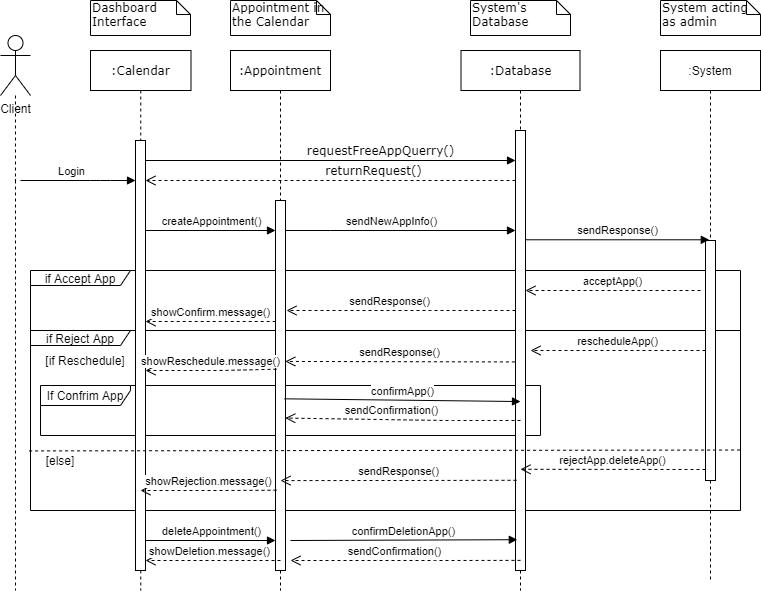
Before: Diagrams/Sequence Diagrams/SEQ_04-5-6-7-8-9_Create Approve Reject Reschedule Delete Appointment.png, a diagram exported from draw.io (kkasharaj17/SE-project). Source tidied: cells renumbered, new cells last; positions are measured from the earlier drawing's top-left corner, leaving out a move shared by most shapes.
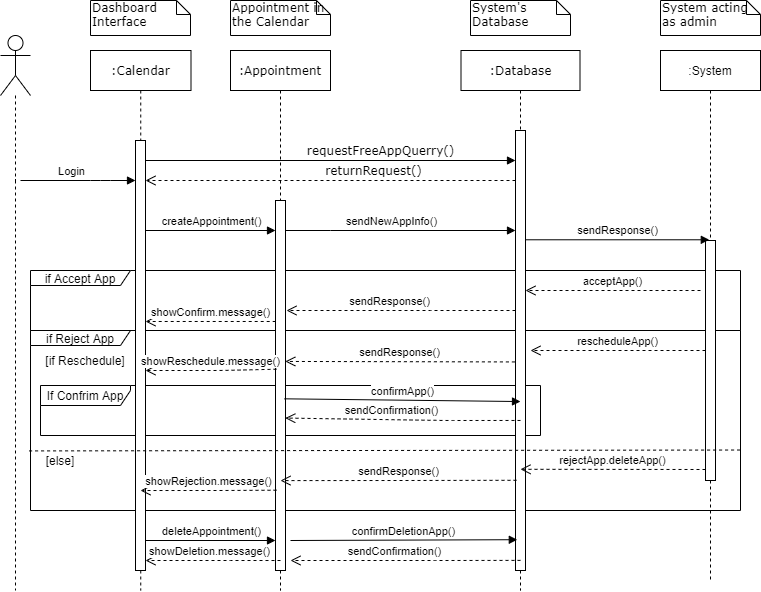
Above is the later version.

The edit, as a diff of the source:
```diff
@@ -50,7 +50,7 @@
         </Array>
       </mxGeometry>
     </mxCell>
-    <mxCell id="14" value="Client" style="shape=umlActor;verticalLabelPosition=bottom;labelBackgroundColor=#ffffff;verticalAlign=top;html=1;" parent="1" vertex="1">
+    <mxCell id="14" style="shape=umlActor;verticalLabelPosition=bottom;labelBackgroundColor=#ffffff;verticalAlign=top;html=1;" parent="1" vertex="1">
       <mxGeometry y="35" width="30" height="60" as="geometry" />
     </mxCell>
     <mxCell id="15" style="endArrow=block;startArrow=none;endFill=1;startFill=0;html=1;" parent="1" edge="1">
```
